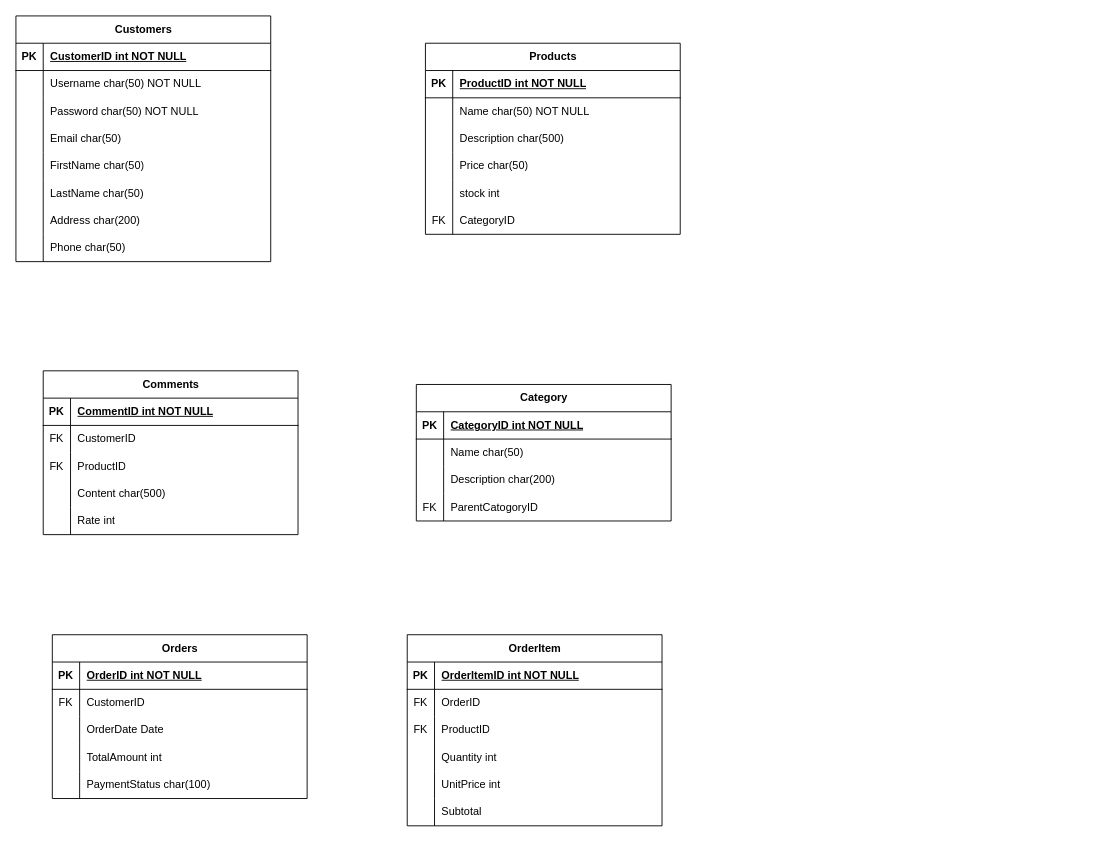
This is OnlineShop.drawio from zeinab-hajhosseini/OnlineShopERD, a draw.io file, before an edit. Source tidied: cells renumbered, new cells numbered last; positions are measured from the earlier drawing's top-left corner, leaving out a move shared by most shapes. Both pictures are drawn from the tidied source at 91%, with x=0, y=0 at pixel (15, 15).
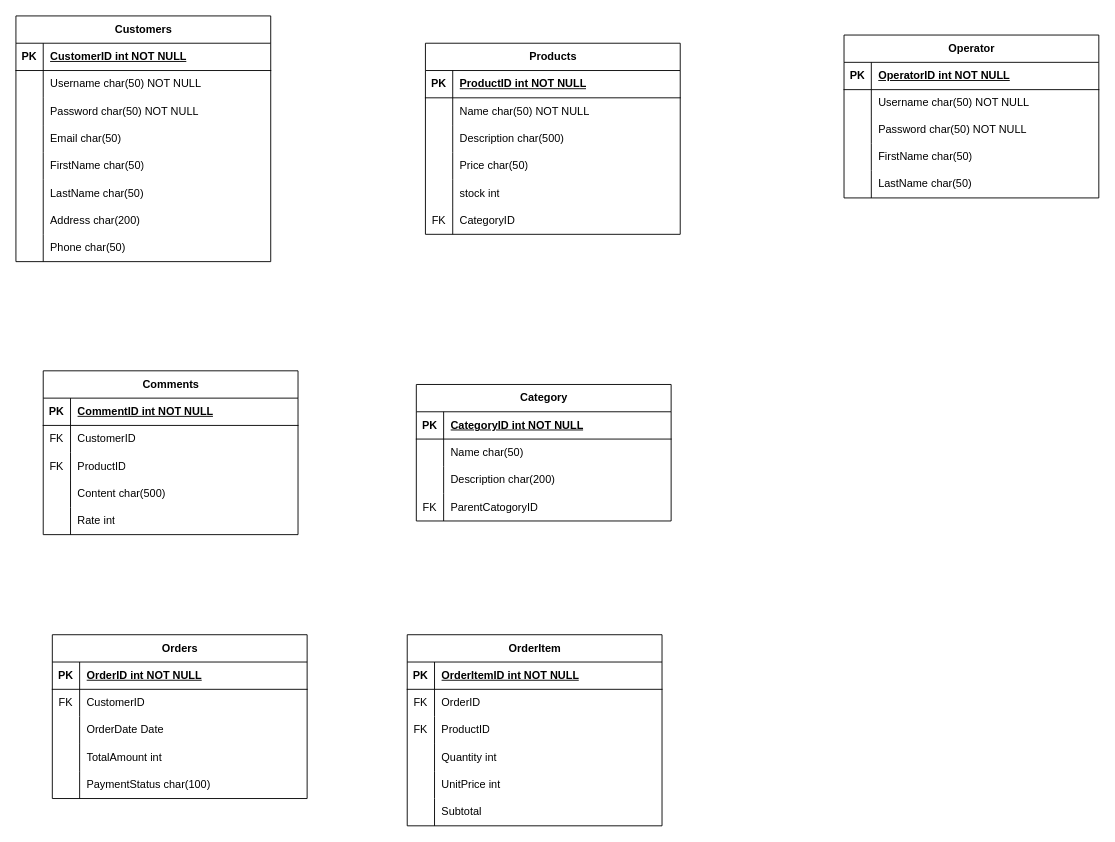
Above is the later version.

Commit message:
Define Operator Entity

The edit, as a diff of the source:
```diff
@@
+    <mxCell id="110" value="Operator" style="shape=table;startSize=30;childLayout=tableLayout;rowLines=0;fontStyle=1;align=center;html=1;" parent="1" vertex="1">
+      <mxGeometry x="910" y="21" width="280" height="179" as="geometry" />
+    </mxCell>
+    <mxCell id="111" style="shape=tableRow;horizontal=0;startSize=0;swimlaneHead=0;swimlaneBody=0;fillColor=none;top=0;left=0;right=0;bottom=1;" parent="110" vertex="1">
+      <mxGeometry y="30" width="280" height="30" as="geometry" />
+    </mxCell>
+    <mxCell id="112" value="PK" style="shape=partialRectangle;fillColor=none;top=0;left=0;bottom=0;right=0;fontStyle=1;overflow=hidden;whiteSpace=wrap;html=1;" parent="111" vertex="1">
+      <mxGeometry width="30" height="30" as="geometry" />
+    </mxCell>
+    <mxCell id="113" value="OperatorID int NOT NULL" style="shape=partialRectangle;fillColor=none;top=0;left=0;bottom=0;right=0;align=left;spacingLeft=6;fontStyle=5;overflow=hidden;whiteSpace=wrap;html=1;" parent="111" vertex="1">
+      <mxGeometry x="30" width="250" height="30" as="geometry" />
+    </mxCell>
+    <mxCell id="114" style="shape=tableRow;horizontal=0;startSize=0;swimlaneHead=0;swimlaneBody=0;fillColor=none;top=0;left=0;right=0;bottom=0;" parent="110" vertex="1">
+      <mxGeometry y="60" width="280" height="29" as="geometry" />
+    </mxCell>
+    <mxCell id="115" style="shape=partialRectangle;fillColor=none;top=0;left=0;bottom=0;right=0;overflow=hidden;whiteSpace=wrap;html=1;" parent="114" vertex="1">
+      <mxGeometry width="30" height="29" as="geometry" />
+    </mxCell>
+    <mxCell id="116" value="Username char(50) NOT NULL" style="shape=partialRectangle;fillColor=none;top=0;left=0;bottom=0;right=0;align=left;spacingLeft=6;overflow=hidden;whiteSpace=wrap;html=1;" parent="114" vertex="1">
+      <mxGeometry x="30" width="250" height="29" as="geometry" />
+    </mxCell>
+    <mxCell id="117" style="shape=tableRow;horizontal=0;startSize=0;swimlaneHead=0;swimlaneBody=0;fillColor=none;top=0;left=0;right=0;bottom=0;" parent="110" vertex="1">
+      <mxGeometry y="89" width="280" height="30" as="geometry" />
+    </mxCell>
+    <mxCell id="118" style="shape=partialRectangle;fillColor=none;top=0;left=0;bottom=0;right=0;overflow=hidden;whiteSpace=wrap;html=1;" parent="117" vertex="1">
+      <mxGeometry width="30" height="30" as="geometry" />
+    </mxCell>
+    <mxCell id="119" value="Password char(50) NOT NULL" style="shape=partialRectangle;fillColor=none;top=0;left=0;bottom=0;right=0;align=left;spacingLeft=6;overflow=hidden;whiteSpace=wrap;html=1;" parent="117" vertex="1">
+      <mxGeometry x="30" width="250" height="30" as="geometry" />
+    </mxCell>
+    <mxCell id="120" style="shape=tableRow;horizontal=0;startSize=0;swimlaneHead=0;swimlaneBody=0;fillColor=none;top=0;left=0;right=0;bottom=0;" parent="110" vertex="1">
+      <mxGeometry y="119" width="280" height="30" as="geometry" />
+    </mxCell>
+    <mxCell id="121" style="shape=partialRectangle;fillColor=none;top=0;left=0;bottom=0;right=0;overflow=hidden;whiteSpace=wrap;html=1;" parent="120" vertex="1">
+      <mxGeometry width="30" height="30" as="geometry" />
+    </mxCell>
+    <mxCell id="122" value="FirstName char(50)" style="shape=partialRectangle;fillColor=none;top=0;left=0;bottom=0;right=0;align=left;spacingLeft=6;overflow=hidden;whiteSpace=wrap;html=1;" parent="120" vertex="1">
+      <mxGeometry x="30" width="250" height="30" as="geometry" />
+    </mxCell>
+    <mxCell id="123" style="shape=tableRow;horizontal=0;startSize=0;swimlaneHead=0;swimlaneBody=0;fillColor=none;top=0;left=0;right=0;bottom=0;" parent="110" vertex="1">
+      <mxGeometry y="149" width="280" height="30" as="geometry" />
+    </mxCell>
+    <mxCell id="124" style="shape=partialRectangle;fillColor=none;top=0;left=0;bottom=0;right=0;overflow=hidden;whiteSpace=wrap;html=1;" parent="123" vertex="1">
+      <mxGeometry width="30" height="30" as="geometry" />
+    </mxCell>
+    <mxCell id="125" value="LastName char(50)" style="shape=partialRectangle;fillColor=none;top=0;left=0;bottom=0;right=0;align=left;spacingLeft=6;overflow=hidden;whiteSpace=wrap;html=1;" parent="123" vertex="1">
+      <mxGeometry x="30" width="250" height="30" as="geometry" />
+    </mxCell>
```
